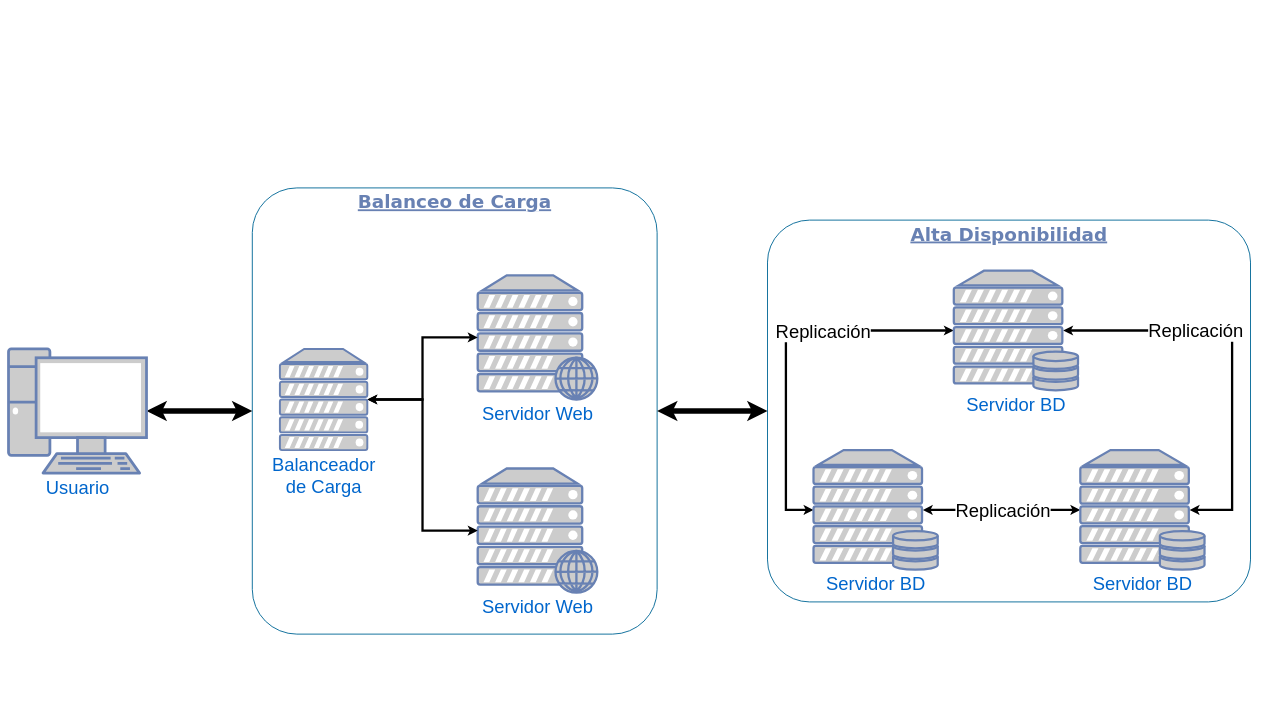
This is Untitled Diagram.drawio from santiagojara/backend-test, a draw.io file, before an edit. Source tidied: cells renumbered, new cells numbered last; positions are measured from the earlier drawing's top-left corner, leaving out a move shared by most shapes. Both pictures are drawn from the tidied source at 46%, with x=0, y=0 at pixel (8, 188).
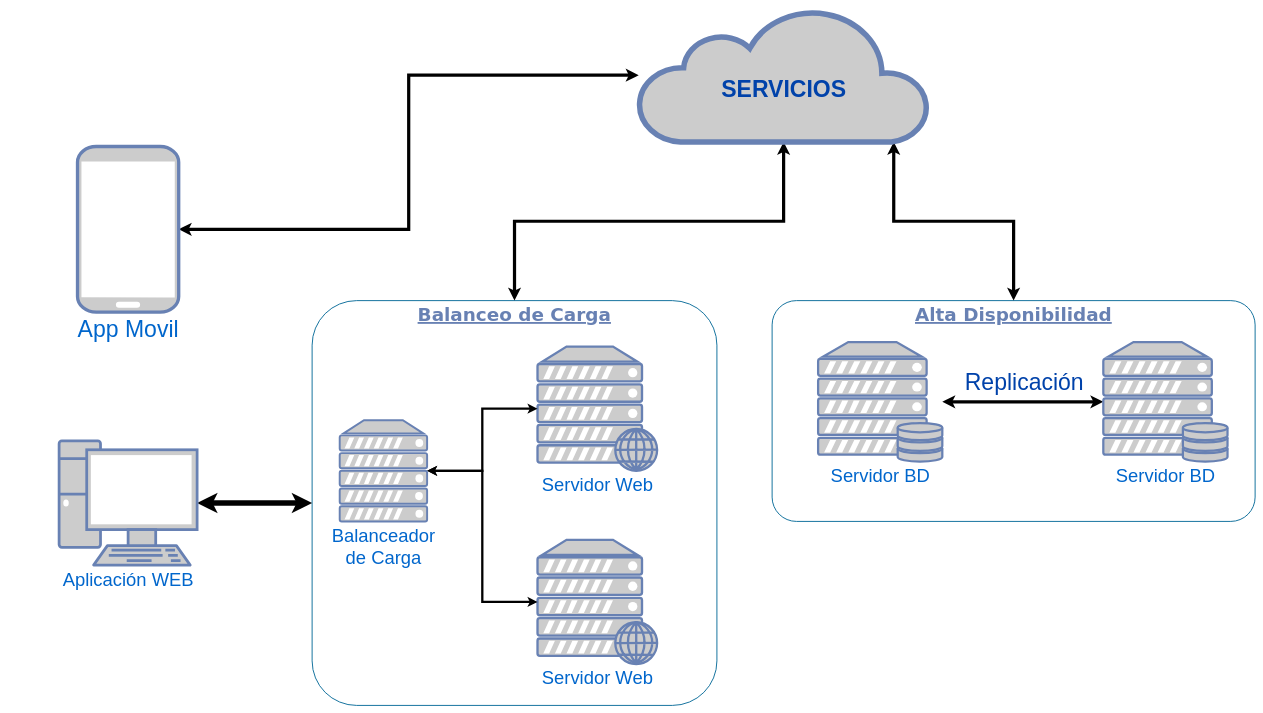
The same diagram, later.

Diff of the diagram source:
```diff
@@
     <mxCell id="2" value="&lt;font style=&quot;font-size: 40px;&quot;&gt;&lt;b&gt;&lt;u&gt;Balanceo de Carga&lt;/u&gt;&lt;/b&gt;&lt;/font&gt;" style="rounded=1;whiteSpace=wrap;html=1;shadow=0;comic=0;strokeColor=#036897;strokeWidth=2;fillColor=none;fontFamily=Verdana;fontSize=28;fontColor=#6881B3;align=center;arcSize=11;verticalAlign=top;" parent="1" vertex="1">
-      <mxGeometry x="530" width="880" height="970" as="geometry" />
+      <mxGeometry x="660" y="245" width="880" height="880" as="geometry" />
     </mxCell>
     <mxCell id="3" value="&lt;font style=&quot;font-size: 40px;&quot;&gt;&lt;b&gt;&lt;u&gt;Alta Disponibilidad&lt;/u&gt;&lt;/b&gt;&lt;/font&gt;" style="rounded=1;whiteSpace=wrap;html=1;shadow=0;comic=0;strokeColor=#036897;strokeWidth=2;fillColor=none;fontFamily=Verdana;fontSize=28;fontColor=#6881B3;align=center;arcSize=11;verticalAlign=top;" parent="1" vertex="1">
-      <mxGeometry x="1650" y="70" width="1050" height="830" as="geometry" />
+      <mxGeometry x="1660" y="245" width="1050" height="480" as="geometry" />
     </mxCell>
-    <mxCell id="4" style="edgeStyle=orthogonalEdgeStyle;rounded=0;jettySize=auto;html=1;exitX=0.88;exitY=0.5;exitDx=0;exitDy=0;exitPerimeter=0;entryX=0.88;entryY=0.5;entryDx=0;entryDy=0;entryPerimeter=0;strokeWidth=5;fontSize=40;startArrow=classic;startFill=1;" parent="1" edge="1" source="8" target="16">
-      <mxGeometry relative="1" as="geometry">
-        <Array as="points">
-          <mxPoint x="2660" y="310" />
-          <mxPoint x="2660" y="700" />
-        </Array>
-      </mxGeometry>
+    <mxCell id="4" style="edgeStyle=orthogonalEdgeStyle;rounded=0;jettySize=auto;html=1;entryX=0;entryY=0.5;entryDx=0;entryDy=0;entryPerimeter=0;fontSize=50;fontColor=#0042aa;strokeWidth=7;startArrow=classic;startFill=1;" parent="1" edge="1" source="8" target="16">
+      <mxGeometry relative="1" as="geometry" />
     </mxCell>
-    <mxCell id="5" value="Replicación" style="edgeLabel;html=1;align=center;verticalAlign=middle;fontSize=40;" parent="4" vertex="1">
-      <mxGeometry x="-0.02" y="-6" relative="1" as="geometry">
-        <mxPoint x="-74" y="-49" as="offset" />
-      </mxGeometry>
-    </mxCell>
-    <mxCell id="6" style="edgeStyle=orthogonalEdgeStyle;rounded=0;jettySize=auto;html=1;exitX=0;exitY=0.5;exitDx=0;exitDy=0;exitPerimeter=0;entryX=0;entryY=0.5;entryDx=0;entryDy=0;entryPerimeter=0;strokeWidth=5;fontSize=40;startArrow=classic;startFill=1;" parent="1" edge="1" source="8" target="15">
-      <mxGeometry relative="1" as="geometry">
-        <Array as="points">
-          <mxPoint x="1690" y="310" />
-          <mxPoint x="1690" y="700" />
-        </Array>
-      </mxGeometry>
-    </mxCell>
-    <mxCell id="7" value="Replicación" style="edgeLabel;html=1;align=center;verticalAlign=middle;fontSize=40;" parent="6" vertex="1">
-      <mxGeometry x="-0.46" y="10" relative="1" as="geometry">
-        <mxPoint x="-65" y="-10" as="offset" />
-      </mxGeometry>
-    </mxCell>
+    <mxCell id="21" value="Replicación" style="edgeLabel;html=1;align=center;verticalAlign=middle;fontSize=50;fontColor=#0042aa;" parent="4" vertex="1">
+      <mxGeometry x="0.31" y="11" relative="1" as="geometry">
+        <mxPoint x="-52" y="-34" as="offset" />
+      </mxGeometry>
+    </mxCell>
     <mxCell id="8" value="&lt;font style=&quot;font-size: 40px;&quot;&gt;Servidor BD&lt;/font&gt;" style="fontColor=#0066CC;verticalAlign=top;verticalLabelPosition=bottom;labelPosition=center;align=center;html=1;fillColor=#CCCCCC;strokeColor=#6881B3;gradientColor=none;gradientDirection=north;strokeWidth=2;shape=mxgraph.networks.server_storage;rounded=0;shadow=0;comic=0;" parent="1" vertex="1">
-      <mxGeometry x="2055" y="180" width="270" height="260" as="geometry" />
+      <mxGeometry x="1760" y="335" width="270" height="260" as="geometry" />
     </mxCell>
@@
-    <mxCell id="10" value="&lt;font style=&quot;font-size: 40px;&quot;&gt;Usuario&lt;/font&gt;" style="fontColor=#0066CC;verticalAlign=top;verticalLabelPosition=bottom;labelPosition=center;align=center;html=1;fillColor=#CCCCCC;strokeColor=#6881B3;gradientColor=none;gradientDirection=north;strokeWidth=2;shape=mxgraph.networks.pc;rounded=0;shadow=0;comic=0;" parent="1" vertex="1">
-      <mxGeometry y="350" width="300" height="270" as="geometry" />
+    <mxCell id="10" value="&lt;span style=&quot;font-size: 40px;&quot;&gt;Aplicación WEB&lt;br&gt;&lt;/span&gt;" style="fontColor=#0066CC;verticalAlign=top;verticalLabelPosition=bottom;labelPosition=center;align=center;html=1;fillColor=#CCCCCC;strokeColor=#6881B3;gradientColor=none;gradientDirection=north;strokeWidth=2;shape=mxgraph.networks.pc;rounded=0;shadow=0;comic=0;" parent="1" vertex="1">
+      <mxGeometry x="110" y="550" width="300" height="270" as="geometry" />
     </mxCell>
     <mxCell id="11" value="Servidor Web" style="fontColor=#0066CC;verticalAlign=top;verticalLabelPosition=bottom;labelPosition=center;align=center;html=1;outlineConnect=0;fillColor=#CCCCCC;strokeColor=#6881B3;gradientColor=none;gradientDirection=north;strokeWidth=2;shape=mxgraph.networks.web_server;fontSize=40;" parent="1" vertex="1">
-      <mxGeometry x="1020" y="190" width="260" height="270" as="geometry" />
+      <mxGeometry x="1150" y="345" width="260" height="270" as="geometry" />
     </mxCell>
     <mxCell id="12" value="Servidor Web" style="fontColor=#0066CC;verticalAlign=top;verticalLabelPosition=bottom;labelPosition=center;align=center;html=1;outlineConnect=0;fillColor=#CCCCCC;strokeColor=#6881B3;gradientColor=none;gradientDirection=north;strokeWidth=2;shape=mxgraph.networks.web_server;fontSize=40;" parent="1" vertex="1">
-      <mxGeometry x="1020" y="610" width="260" height="270" as="geometry" />
+      <mxGeometry x="1150" y="765" width="260" height="270" as="geometry" />
     </mxCell>
-    <mxCell id="13" style="edgeStyle=orthogonalEdgeStyle;rounded=0;jettySize=auto;html=1;exitX=0.88;exitY=0.5;exitDx=0;exitDy=0;exitPerimeter=0;entryX=0;entryY=0.5;entryDx=0;entryDy=0;entryPerimeter=0;strokeWidth=5;fontSize=40;startArrow=classic;startFill=1;" parent="1" edge="1" source="15" target="16">
-      <mxGeometry relative="1" as="geometry" />
-    </mxCell>
-    <mxCell id="14" value="Replicación" style="edgeLabel;html=1;align=center;verticalAlign=middle;fontSize=40;" parent="13" vertex="1">
-      <mxGeometry x="-0.1" y="-8" relative="1" as="geometry">
-        <mxPoint x="20" y="-8" as="offset" />
-      </mxGeometry>
-    </mxCell>
-    <mxCell id="15" value="&lt;font style=&quot;font-size: 40px;&quot;&gt;Servidor BD&lt;/font&gt;" style="fontColor=#0066CC;verticalAlign=top;verticalLabelPosition=bottom;labelPosition=center;align=center;html=1;fillColor=#CCCCCC;strokeColor=#6881B3;gradientColor=none;gradientDirection=north;strokeWidth=2;shape=mxgraph.networks.server_storage;rounded=0;shadow=0;comic=0;" parent="1" vertex="1">
-      <mxGeometry x="1750" y="570" width="270" height="260" as="geometry" />
-    </mxCell>
     <mxCell id="16" value="&lt;font style=&quot;font-size: 40px;&quot;&gt;Servidor BD&lt;/font&gt;" style="fontColor=#0066CC;verticalAlign=top;verticalLabelPosition=bottom;labelPosition=center;align=center;html=1;fillColor=#CCCCCC;strokeColor=#6881B3;gradientColor=none;gradientDirection=north;strokeWidth=2;shape=mxgraph.networks.server_storage;rounded=0;shadow=0;comic=0;" parent="1" vertex="1">
-      <mxGeometry x="2330" y="570" width="270" height="260" as="geometry" />
+      <mxGeometry x="2380" y="335" width="270" height="260" as="geometry" />
     </mxCell>
-    <mxCell id="17" style="edgeStyle=orthogonalEdgeStyle;rounded=0;jettySize=auto;html=1;fontSize=40;entryX=1;entryY=0.5;entryDx=0;entryDy=0;strokeWidth=12;exitX=0;exitY=0.5;exitDx=0;exitDy=0;startArrow=classic;startFill=1;" parent="1" edge="1" source="3" target="2">
-      <mxGeometry relative="1" as="geometry" />
-    </mxCell>
@@
     <mxCell id="20" value="Balanceador &lt;br&gt;de Carga" style="fontColor=#0066CC;verticalAlign=top;verticalLabelPosition=bottom;labelPosition=center;align=center;html=1;outlineConnect=0;fillColor=#CCCCCC;strokeColor=#6881B3;gradientColor=none;gradientDirection=north;strokeWidth=2;shape=mxgraph.networks.server;fontSize=40;" parent="1" vertex="1">
-      <mxGeometry x="590" y="350" width="190" height="220" as="geometry" />
+      <mxGeometry x="720" y="505" width="190" height="220" as="geometry" />
     </mxCell>
+    <mxCell id="22" style="edgeStyle=orthogonalEdgeStyle;rounded=0;jettySize=auto;html=1;entryX=0.5;entryY=0;entryDx=0;entryDy=0;strokeWidth=7;fontSize=50;fontColor=#0042aa;startArrow=classic;startFill=1;exitX=0.88;exitY=1;exitDx=0;exitDy=0;exitPerimeter=0;" parent="1" edge="1" source="25" target="3">
+      <mxGeometry relative="1" as="geometry" />
+    </mxCell>
+    <mxCell id="23" style="edgeStyle=orthogonalEdgeStyle;rounded=0;jettySize=auto;html=1;strokeWidth=7;fontSize=50;fontColor=#0042aa;startArrow=classic;startFill=1;" parent="1" edge="1" source="25" target="2">
+      <mxGeometry relative="1" as="geometry" />
+    </mxCell>
+    <mxCell id="24" style="edgeStyle=orthogonalEdgeStyle;rounded=0;jettySize=auto;html=1;entryX=1;entryY=0.5;entryDx=0;entryDy=0;entryPerimeter=0;strokeWidth=7;fontSize=50;fontColor=#0042aa;startArrow=classic;startFill=1;" parent="1" edge="1" source="25" target="26">
+      <mxGeometry relative="1" as="geometry" />
+    </mxCell>
+    <mxCell id="25" value="&lt;font size=&quot;1&quot;&gt;&lt;b style=&quot;font-size: 50px;&quot;&gt;&lt;br&gt;&lt;font color=&quot;#0042aa&quot;&gt;SERVICIOS&lt;/font&gt;&lt;/b&gt;&lt;/font&gt;" style="html=1;outlineConnect=0;fillColor=#CCCCCC;strokeColor=#6881B3;gradientColor=none;gradientDirection=north;strokeWidth=2;shape=mxgraph.networks.cloud;fontColor=#ffffff;" parent="1" vertex="1">
+      <mxGeometry x="1370" y="-390" width="630" height="290" as="geometry" />
+    </mxCell>
+    <mxCell id="26" value="App Movil" style="fontColor=#0066CC;verticalAlign=top;verticalLabelPosition=bottom;labelPosition=center;align=center;html=1;outlineConnect=0;fillColor=#CCCCCC;strokeColor=#6881B3;gradientColor=none;gradientDirection=north;strokeWidth=2;shape=mxgraph.networks.mobile;fontSize=50;" parent="1" vertex="1">
+      <mxGeometry x="150" y="-90" width="220" height="360" as="geometry" />
+    </mxCell>
```
